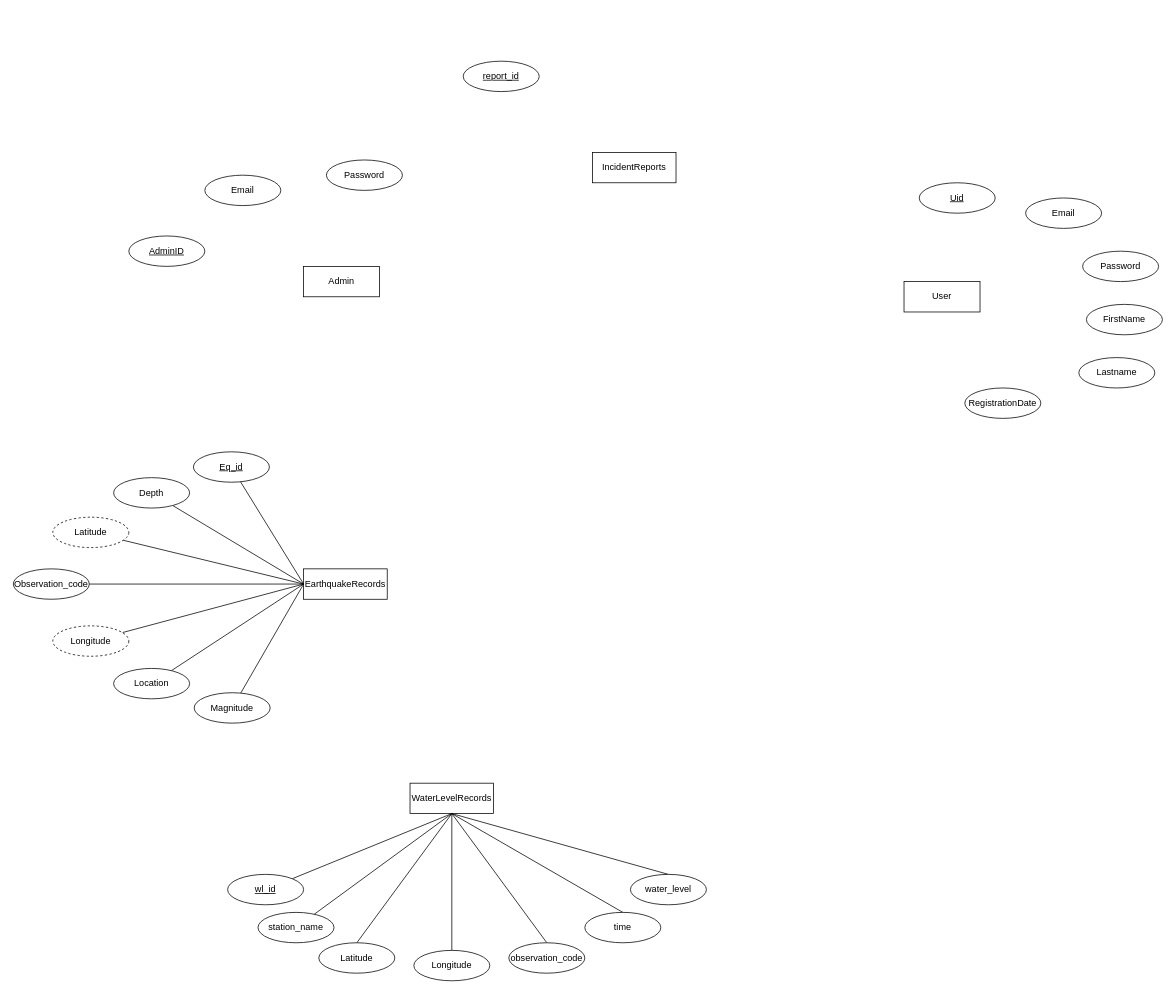
This is Projects/AquaSeismicMonitorERD.drawio from N0Obitaz/DrawIODiagrams, a draw.io file, before an edit. Source tidied: cells renumbered, new cells numbered last; positions are measured from the earlier drawing's top-left corner, leaving out a move shared by most shapes. Both pictures are drawn from the tidied source at 76%, with x=0, y=0 at pixel (13, 61).
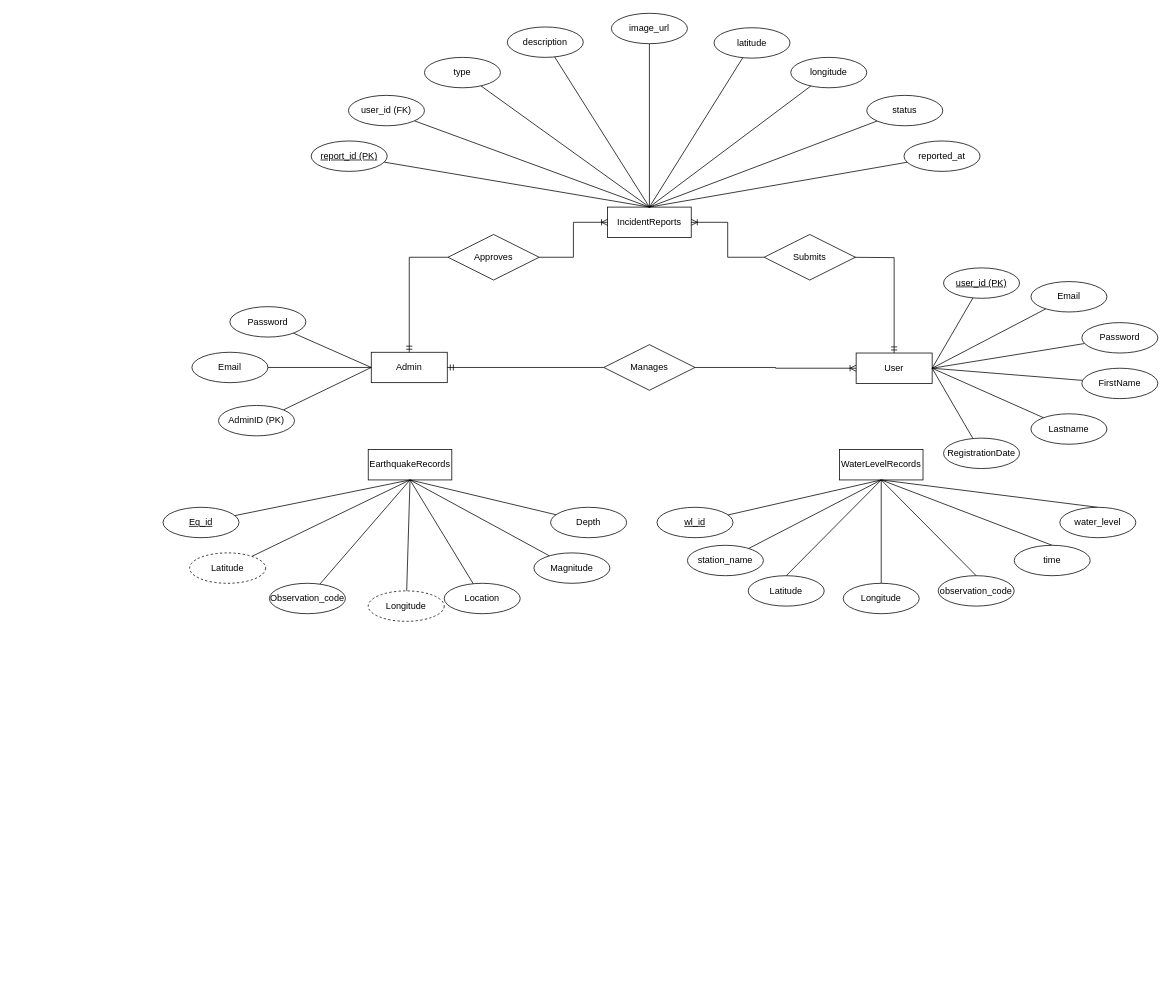
Above is the later version.

The edit, as a diff of the source:
```diff
@@
     <mxCell id="2" value="User" style="whiteSpace=wrap;html=1;align=center;" parent="1" vertex="1">
-      <mxGeometry x="1172" y="290" width="100" height="40" as="geometry" />
+      <mxGeometry x="1109" y="384" width="100" height="40" as="geometry" />
     </mxCell>
     <mxCell id="3" value="Admin" style="whiteSpace=wrap;html=1;align=center;" parent="1" vertex="1">
-      <mxGeometry x="382" y="270" width="100" height="40" as="geometry" />
+      <mxGeometry x="471" y="383" width="100" height="40" as="geometry" />
     </mxCell>
+    <mxCell id="45" style="rounded=0;jettySize=auto;html=1;entryX=0;entryY=0.5;entryDx=0;entryDy=0;endArrow=none;endFill=0;exitX=1;exitY=0;exitDx=0;exitDy=0;" parent="1" edge="1" source="4" target="3">
+      <mxGeometry relative="1" as="geometry" />
+    </mxCell>
-    <mxCell id="4" value="AdminID" style="ellipse;whiteSpace=wrap;html=1;align=center;fontStyle=4;" parent="1" vertex="1">
-      <mxGeometry x="152" y="230" width="100" height="40" as="geometry" />
+    <mxCell id="4" value="AdminID (PK)" style="ellipse;whiteSpace=wrap;html=1;align=center;fontStyle=0;" parent="1" vertex="1">
+      <mxGeometry x="270" y="453" width="100" height="40" as="geometry" />
     </mxCell>
+    <mxCell id="46" style="rounded=0;jettySize=auto;html=1;entryX=0;entryY=0.5;entryDx=0;entryDy=0;endArrow=none;endFill=0;" parent="1" edge="1" source="5" target="3">
+      <mxGeometry relative="1" as="geometry" />
+    </mxCell>
-    <mxCell id="5" value="Email" style="ellipse;whiteSpace=wrap;html=1;align=center;" parent="1" vertex="1">
-      <mxGeometry x="252" y="150" width="100" height="40" as="geometry" />
+    <mxCell id="5" value="Email" style="ellipse;whiteSpace=wrap;html=1;align=center;fontStyle=0;" parent="1" vertex="1">
+      <mxGeometry x="235" y="383" width="100" height="40" as="geometry" />
     </mxCell>
+    <mxCell id="47" style="rounded=0;jettySize=auto;html=1;entryX=0;entryY=0.5;entryDx=0;entryDy=0;endArrow=none;endFill=0;" parent="1" edge="1" source="6" target="3">
+      <mxGeometry relative="1" as="geometry" />
+    </mxCell>
-    <mxCell id="6" value="Password" style="ellipse;whiteSpace=wrap;html=1;align=center;" parent="1" vertex="1">
-      <mxGeometry x="412" y="130" width="100" height="40" as="geometry" />
+    <mxCell id="6" value="Password" style="ellipse;whiteSpace=wrap;html=1;align=center;fontStyle=0;" parent="1" vertex="1">
+      <mxGeometry x="285" y="323" width="100" height="40" as="geometry" />
     </mxCell>
-    <mxCell id="7" value="Uid" style="ellipse;whiteSpace=wrap;html=1;align=center;fontStyle=4;" parent="1" vertex="1">
-      <mxGeometry x="1192" y="160" width="100" height="40" as="geometry" />
-    </mxCell>
+    <mxCell id="48" style="rounded=0;jettySize=auto;html=1;entryX=1;entryY=0.5;entryDx=0;entryDy=0;endArrow=none;endFill=0;" parent="1" edge="1" source="8" target="2">
+      <mxGeometry relative="1" as="geometry" />
+    </mxCell>
     <mxCell id="8" value="Email" style="ellipse;whiteSpace=wrap;html=1;align=center;" parent="1" vertex="1">
-      <mxGeometry x="1332" y="180" width="100" height="40" as="geometry" />
+      <mxGeometry x="1339" y="290" width="100" height="40" as="geometry" />
     </mxCell>
+    <mxCell id="49" style="rounded=0;jettySize=auto;html=1;entryX=1;entryY=0.5;entryDx=0;entryDy=0;endArrow=none;endFill=0;" parent="1" edge="1" source="9" target="2">
+      <mxGeometry relative="1" as="geometry" />
+    </mxCell>
     <mxCell id="9" value="Password" style="ellipse;whiteSpace=wrap;html=1;align=center;" parent="1" vertex="1">
-      <mxGeometry x="1407" y="250" width="100" height="40" as="geometry" />
+      <mxGeometry x="1406" y="344" width="100" height="40" as="geometry" />
     </mxCell>
+    <mxCell id="50" style="rounded=0;jettySize=auto;html=1;entryX=1;entryY=0.5;entryDx=0;entryDy=0;endArrow=none;endFill=0;" parent="1" edge="1" source="10" target="2">
+      <mxGeometry relative="1" as="geometry" />
+    </mxCell>
     <mxCell id="10" value="FirstName" style="ellipse;whiteSpace=wrap;html=1;align=center;" parent="1" vertex="1">
-      <mxGeometry x="1412" y="320" width="100" height="40" as="geometry" />
+      <mxGeometry x="1406" y="404" width="100" height="40" as="geometry" />
     </mxCell>
+    <mxCell id="51" style="rounded=0;jettySize=auto;html=1;entryX=1;entryY=0.5;entryDx=0;entryDy=0;endArrow=none;endFill=0;" parent="1" edge="1" source="11" target="2">
+      <mxGeometry relative="1" as="geometry" />
+    </mxCell>
     <mxCell id="11" value="Lastname" style="ellipse;whiteSpace=wrap;html=1;align=center;" parent="1" vertex="1">
-      <mxGeometry x="1402" y="390" width="100" height="40" as="geometry" />
+      <mxGeometry x="1339" y="464" width="100" height="40" as="geometry" />
     </mxCell>
+    <mxCell id="52" style="rounded=0;jettySize=auto;html=1;entryX=1;entryY=0.5;entryDx=0;entryDy=0;endArrow=none;endFill=0;" parent="1" edge="1" source="12" target="2">
+      <mxGeometry relative="1" as="geometry" />
+    </mxCell>
     <mxCell id="12" value="RegistrationDate" style="ellipse;whiteSpace=wrap;html=1;align=center;" parent="1" vertex="1">
-      <mxGeometry x="1252" y="430" width="100" height="40" as="geometry" />
+      <mxGeometry x="1224" y="496" width="100" height="40" as="geometry" />
     </mxCell>
     <mxCell id="13" value="WaterLevelRecords" style="whiteSpace=wrap;html=1;align=center;" parent="1" vertex="1">
-      <mxGeometry x="522" y="950" width="110" height="40" as="geometry" />
+      <mxGeometry x="1087" y="511" width="110" height="40" as="geometry" />
     </mxCell>
     <mxCell id="14" value="EarthquakeRecords" style="whiteSpace=wrap;html=1;align=center;" parent="1" vertex="1">
-      <mxGeometry x="382" y="668" width="110" height="40" as="geometry" />
+      <mxGeometry x="467" y="511" width="110" height="40" as="geometry" />
     </mxCell>
     <mxCell id="15" value="IncidentReports" style="whiteSpace=wrap;html=1;align=center;" parent="1" vertex="1">
-      <mxGeometry x="762" y="120" width="110" height="40" as="geometry" />
+      <mxGeometry x="782" y="192" width="110" height="40" as="geometry" />
     </mxCell>
-    <mxCell id="16" style="rounded=0;jettySize=auto;html=1;entryX=0;entryY=0.5;entryDx=0;entryDy=0;endArrow=none;endFill=0;" parent="1" edge="1" source="17" target="14">
+    <mxCell id="16" style="rounded=0;jettySize=auto;html=1;entryX=0.5;entryY=1;entryDx=0;entryDy=0;endArrow=none;endFill=0;" parent="1" edge="1" source="17" target="14">
       <mxGeometry relative="1" as="geometry" />
     </mxCell>
     <mxCell id="17" value="Eq_id" style="ellipse;whiteSpace=wrap;html=1;align=center;fontStyle=4;" parent="1" vertex="1">
-      <mxGeometry x="237" y="514" width="100" height="40" as="geometry" />
+      <mxGeometry x="197" y="587" width="100" height="40" as="geometry" />
     </mxCell>
-    <mxCell id="18" style="rounded=0;jettySize=auto;html=1;entryX=0;entryY=0.5;entryDx=0;entryDy=0;endArrow=none;endFill=0;" parent="1" edge="1" source="19" target="14">
+    <mxCell id="18" style="rounded=0;jettySize=auto;html=1;entryX=0.5;entryY=1;entryDx=0;entryDy=0;endArrow=none;endFill=0;" parent="1" edge="1" source="19" target="14">
       <mxGeometry relative="1" as="geometry" />
     </mxCell>
     <mxCell id="19" value="Depth" style="ellipse;whiteSpace=wrap;html=1;align=center;" parent="1" vertex="1">
-      <mxGeometry x="132" y="548" width="100" height="40" as="geometry" />
+      <mxGeometry x="707" y="587" width="100" height="40" as="geometry" />
     </mxCell>
-    <mxCell id="20" style="rounded=0;jettySize=auto;html=1;entryX=0;entryY=0.5;entryDx=0;entryDy=0;endArrow=none;endFill=0;" parent="1" edge="1" source="21" target="14">
+    <mxCell id="20" style="rounded=0;jettySize=auto;html=1;entryX=0.5;entryY=1;entryDx=0;entryDy=0;endArrow=none;endFill=0;" parent="1" edge="1" source="21" target="14">
       <mxGeometry relative="1" as="geometry" />
     </mxCell>
     <mxCell id="21" value="Location" style="ellipse;whiteSpace=wrap;html=1;align=center;" parent="1" vertex="1">
-      <mxGeometry x="132" y="799" width="100" height="40" as="geometry" />
+      <mxGeometry x="567" y="687" width="100" height="40" as="geometry" />
     </mxCell>
-    <mxCell id="22" style="rounded=0;jettySize=auto;html=1;entryX=0;entryY=0.5;entryDx=0;entryDy=0;endArrow=none;endFill=0;" parent="1" edge="1" source="23" target="14">
+    <mxCell id="22" style="rounded=0;jettySize=auto;html=1;entryX=0.5;entryY=1;entryDx=0;entryDy=0;endArrow=none;endFill=0;" parent="1" edge="1" source="23" target="14">
       <mxGeometry relative="1" as="geometry" />
     </mxCell>
     <mxCell id="23" value="Magnitude" style="ellipse;whiteSpace=wrap;html=1;align=center;" parent="1" vertex="1">
-      <mxGeometry x="238" y="831" width="100" height="40" as="geometry" />
+      <mxGeometry x="685" y="647" width="100" height="40" as="geometry" />
     </mxCell>
-    <mxCell id="24" style="rounded=0;jettySize=auto;html=1;entryX=0;entryY=0.5;entryDx=0;entryDy=0;endArrow=none;endFill=0;" parent="1" edge="1" source="25" target="14">
+    <mxCell id="24" style="rounded=0;jettySize=auto;html=1;entryX=0.5;entryY=1;entryDx=0;entryDy=0;endArrow=none;endFill=0;" parent="1" edge="1" source="25" target="14">
       <mxGeometry relative="1" as="geometry" />
     </mxCell>
     <mxCell id="25" value="Latitude" style="ellipse;whiteSpace=wrap;html=1;align=center;dashed=1;" parent="1" vertex="1">
-      <mxGeometry x="52" y="600" width="100" height="40" as="geometry" />
+      <mxGeometry x="232" y="647" width="100" height="40" as="geometry" />
     </mxCell>
-    <mxCell id="26" style="rounded=0;jettySize=auto;html=1;entryX=0;entryY=0.5;entryDx=0;entryDy=0;endArrow=none;endFill=0;" parent="1" edge="1" source="27" target="14">
+    <mxCell id="26" style="rounded=0;jettySize=auto;html=1;entryX=0.5;entryY=1;entryDx=0;entryDy=0;endArrow=none;endFill=0;" parent="1" edge="1" source="27" target="14">
       <mxGeometry relative="1" as="geometry" />
     </mxCell>
     <mxCell id="27" value="Longitude" style="ellipse;whiteSpace=wrap;html=1;align=center;dashed=1;" parent="1" vertex="1">
-      <mxGeometry x="52" y="743" width="100" height="40" as="geometry" />
+      <mxGeometry x="467" y="697" width="100" height="40" as="geometry" />
     </mxCell>
-    <mxCell id="28" style="rounded=0;jettySize=auto;html=1;entryX=0;entryY=0.5;entryDx=0;entryDy=0;endArrow=none;endFill=0;" parent="1" edge="1" source="29" target="14">
+    <mxCell id="28" style="rounded=0;jettySize=auto;html=1;entryX=0.5;entryY=1;entryDx=0;entryDy=0;endArrow=none;endFill=0;" parent="1" edge="1" source="29" target="14">
       <mxGeometry relative="1" as="geometry" />
     </mxCell>
     <mxCell id="29" value="Observation_code" style="ellipse;whiteSpace=wrap;html=1;align=center;" parent="1" vertex="1">
-      <mxGeometry y="668" width="100" height="40" as="geometry" />
+      <mxGeometry x="337" y="687" width="100" height="40" as="geometry" />
     </mxCell>
@@
     <mxCell id="31" value="wl_id" style="ellipse;whiteSpace=wrap;html=1;align=center;fontStyle=4;" parent="1" vertex="1">
-      <mxGeometry x="282" y="1070" width="100" height="40" as="geometry" />
+      <mxGeometry x="847" y="587" width="100" height="40" as="geometry" />
     </mxCell>
@@
     <mxCell id="33" value="station_name" style="ellipse;whiteSpace=wrap;html=1;align=center;" parent="1" vertex="1">
-      <mxGeometry x="322" y="1120" width="100" height="40" as="geometry" />
+      <mxGeometry x="887" y="637" width="100" height="40" as="geometry" />
     </mxCell>
@@
     <mxCell id="39" value="Longitude" style="ellipse;whiteSpace=wrap;html=1;align=center;" parent="1" vertex="1">
-      <mxGeometry x="527" y="1170" width="100" height="40" as="geometry" />
+      <mxGeometry x="1092" y="687" width="100" height="40" as="geometry" />
     </mxCell>
     <mxCell id="40" value="Latitude" style="ellipse;whiteSpace=wrap;html=1;align=center;" parent="1" vertex="1">
-      <mxGeometry x="402" y="1160" width="100" height="40" as="geometry" />
+      <mxGeometry x="967" y="677" width="100" height="40" as="geometry" />
     </mxCell>
     <mxCell id="41" value="observation_code" style="ellipse;whiteSpace=wrap;html=1;align=center;" parent="1" vertex="1">
-      <mxGeometry x="652" y="1160" width="100" height="40" as="geometry" />
+      <mxGeometry x="1217" y="677" width="100" height="40" as="geometry" />
     </mxCell>
     <mxCell id="42" value="time" style="ellipse;whiteSpace=wrap;html=1;align=center;" parent="1" vertex="1">
-      <mxGeometry x="752" y="1120" width="100" height="40" as="geometry" />
+      <mxGeometry x="1317" y="637" width="100" height="40" as="geometry" />
     </mxCell>
     <mxCell id="43" value="water_level" style="ellipse;whiteSpace=wrap;html=1;align=center;" parent="1" vertex="1">
-      <mxGeometry x="812" y="1070" width="100" height="40" as="geometry" />
+      <mxGeometry x="1377" y="587" width="100" height="40" as="geometry" />
     </mxCell>
+    <mxCell id="53" style="rounded=0;jettySize=auto;html=1;entryX=0.5;entryY=0;entryDx=0;entryDy=0;endArrow=none;endFill=0;" parent="1" edge="1" source="44" target="15">
+      <mxGeometry relative="1" as="geometry" />
+    </mxCell>
-    <mxCell id="44" value="report_id" style="ellipse;whiteSpace=wrap;html=1;align=center;fontStyle=4;" parent="1" vertex="1">
-      <mxGeometry x="592" width="100" height="40" as="geometry" />
+    <mxCell id="44" value="report_id (PK)" style="ellipse;whiteSpace=wrap;html=1;align=center;fontStyle=4;" parent="1" vertex="1">
+      <mxGeometry x="392" y="105" width="100" height="40" as="geometry" />
     </mxCell>
+    <mxCell id="54" style="rounded=0;jettySize=auto;html=1;entryX=0.5;entryY=0;entryDx=0;entryDy=0;endArrow=none;endFill=0;" parent="1" edge="1" source="55" target="15">
+      <mxGeometry relative="1" as="geometry" />
+    </mxCell>
+    <mxCell id="55" value="user_id (FK)" style="ellipse;whiteSpace=wrap;html=1;align=center;" parent="1" vertex="1">
+      <mxGeometry x="441" y="45" width="100" height="40" as="geometry" />
+    </mxCell>
+    <mxCell id="56" style="rounded=0;jettySize=auto;html=1;entryX=0.5;entryY=0;entryDx=0;entryDy=0;endArrow=none;endFill=0;" parent="1" edge="1" source="57" target="15">
+      <mxGeometry relative="1" as="geometry" />
+    </mxCell>
+    <mxCell id="57" value="type" style="ellipse;whiteSpace=wrap;html=1;align=center;" parent="1" vertex="1">
+      <mxGeometry x="541" y="-5" width="100" height="40" as="geometry" />
+    </mxCell>
+    <mxCell id="58" style="rounded=0;jettySize=auto;html=1;entryX=0.5;entryY=0;entryDx=0;entryDy=0;endArrow=none;endFill=0;" parent="1" edge="1" source="59" target="15">
+      <mxGeometry relative="1" as="geometry" />
+    </mxCell>
+    <mxCell id="59" value="image_url" style="ellipse;whiteSpace=wrap;html=1;align=center;" parent="1" vertex="1">
+      <mxGeometry x="787" y="-63" width="100" height="40" as="geometry" />
+    </mxCell>
+    <mxCell id="60" style="rounded=0;jettySize=auto;html=1;entryX=0.5;entryY=0;entryDx=0;entryDy=0;endArrow=none;endFill=0;" parent="1" edge="1" source="61" target="15">
+      <mxGeometry relative="1" as="geometry" />
+    </mxCell>
+    <mxCell id="61" value="description" style="ellipse;whiteSpace=wrap;html=1;align=center;" parent="1" vertex="1">
+      <mxGeometry x="650" y="-45" width="100" height="40" as="geometry" />
+    </mxCell>
+    <mxCell id="62" style="rounded=0;jettySize=auto;html=1;entryX=0.5;entryY=0;entryDx=0;entryDy=0;endArrow=none;endFill=0;" parent="1" edge="1" source="63" target="15">
+      <mxGeometry relative="1" as="geometry" />
+    </mxCell>
+    <mxCell id="63" value="latitude" style="ellipse;whiteSpace=wrap;html=1;align=center;" parent="1" vertex="1">
+      <mxGeometry x="922" y="-44" width="100" height="40" as="geometry" />
+    </mxCell>
+    <mxCell id="64" style="rounded=0;jettySize=auto;html=1;entryX=0.5;entryY=0;entryDx=0;entryDy=0;endArrow=none;endFill=0;" parent="1" edge="1" source="65" target="15">
+      <mxGeometry relative="1" as="geometry" />
+    </mxCell>
+    <mxCell id="65" value="longitude" style="ellipse;whiteSpace=wrap;html=1;align=center;" parent="1" vertex="1">
+      <mxGeometry x="1023" y="-5" width="100" height="40" as="geometry" />
+    </mxCell>
+    <mxCell id="66" style="rounded=0;jettySize=auto;html=1;entryX=0.5;entryY=0;entryDx=0;entryDy=0;endArrow=none;endFill=0;" parent="1" edge="1" source="67" target="15">
+      <mxGeometry relative="1" as="geometry" />
+    </mxCell>
+    <mxCell id="67" value="status" style="ellipse;whiteSpace=wrap;html=1;align=center;" parent="1" vertex="1">
+      <mxGeometry x="1123" y="45" width="100" height="40" as="geometry" />
+    </mxCell>
+    <mxCell id="68" style="rounded=0;jettySize=auto;html=1;entryX=0.5;entryY=0;entryDx=0;entryDy=0;endArrow=none;endFill=0;" parent="1" edge="1" source="69" target="15">
+      <mxGeometry relative="1" as="geometry" />
+    </mxCell>
+    <mxCell id="69" value="reported_at" style="ellipse;whiteSpace=wrap;html=1;align=center;" parent="1" vertex="1">
+      <mxGeometry x="1172" y="105" width="100" height="40" as="geometry" />
+    </mxCell>
+    <mxCell id="70" style="rounded=0;jettySize=auto;html=1;entryX=1;entryY=0.5;entryDx=0;entryDy=0;endArrow=none;endFill=0;" parent="1" edge="1" source="71" target="2">
+      <mxGeometry relative="1" as="geometry" />
+    </mxCell>
+    <mxCell id="71" value="user_id (PK)" style="ellipse;whiteSpace=wrap;html=1;align=center;fontStyle=4;" parent="1" vertex="1">
+      <mxGeometry x="1224" y="272" width="100" height="40" as="geometry" />
+    </mxCell>
+    <mxCell id="72" style="edgeStyle=orthogonalEdgeStyle;rounded=0;jettySize=auto;html=1;entryX=0.5;entryY=0;entryDx=0;entryDy=0;endArrow=ERmandOne;endFill=0;" parent="1" edge="1" target="2">
+      <mxGeometry relative="1" as="geometry">
+        <mxPoint x="1097" y="258" as="sourcePoint" />
+      </mxGeometry>
+    </mxCell>
+    <mxCell id="73" style="edgeStyle=orthogonalEdgeStyle;rounded=0;jettySize=auto;html=1;entryX=1;entryY=0.5;entryDx=0;entryDy=0;endArrow=ERoneToMany;endFill=0;" parent="1" edge="1" source="74" target="15">
+      <mxGeometry relative="1" as="geometry" />
+    </mxCell>
+    <mxCell id="74" value="Submits" style="shape=rhombus;perimeter=rhombusPerimeter;whiteSpace=wrap;html=1;align=center;" parent="1" vertex="1">
+      <mxGeometry x="988" y="228" width="120" height="60" as="geometry" />
+    </mxCell>
+    <mxCell id="75" style="edgeStyle=orthogonalEdgeStyle;rounded=0;jettySize=auto;html=1;entryX=0.5;entryY=0;entryDx=0;entryDy=0;endArrow=ERmandOne;endFill=0;" parent="1" edge="1" source="77" target="3">
+      <mxGeometry relative="1" as="geometry" />
+    </mxCell>
+    <mxCell id="76" style="edgeStyle=orthogonalEdgeStyle;rounded=0;jettySize=auto;html=1;entryX=0;entryY=0.5;entryDx=0;entryDy=0;endArrow=ERoneToMany;endFill=0;" parent="1" edge="1" source="77" target="15">
+      <mxGeometry relative="1" as="geometry" />
+    </mxCell>
+    <mxCell id="77" value="Approves" style="shape=rhombus;perimeter=rhombusPerimeter;whiteSpace=wrap;html=1;align=center;" parent="1" vertex="1">
+      <mxGeometry x="572" y="228" width="120" height="60" as="geometry" />
+    </mxCell>
+    <mxCell id="78" style="edgeStyle=orthogonalEdgeStyle;rounded=0;jettySize=auto;html=1;entryX=1;entryY=0.5;entryDx=0;entryDy=0;endArrow=ERmandOne;endFill=0;" parent="1" edge="1" source="80" target="3">
+      <mxGeometry relative="1" as="geometry" />
+    </mxCell>
+    <mxCell id="79" style="edgeStyle=orthogonalEdgeStyle;rounded=0;jettySize=auto;html=1;entryX=0;entryY=0.5;entryDx=0;entryDy=0;endArrow=ERoneToMany;endFill=0;" parent="1" edge="1" source="80" target="2">
+      <mxGeometry relative="1" as="geometry" />
+    </mxCell>
+    <mxCell id="80" value="Manages" style="shape=rhombus;perimeter=rhombusPerimeter;whiteSpace=wrap;html=1;align=center;" parent="1" vertex="1">
+      <mxGeometry x="777" y="373" width="120" height="60" as="geometry" />
+    </mxCell>
```
